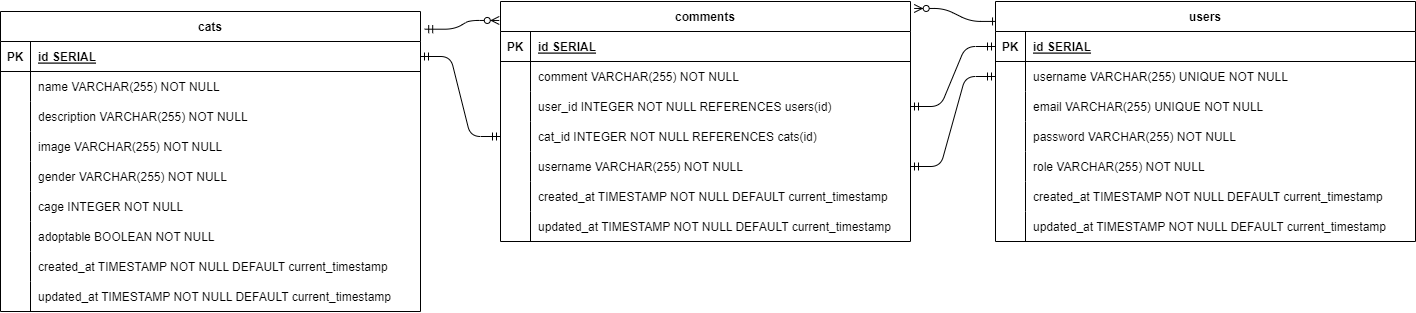
The draw.io diagram data.png in zyteo/TheShelterPeople, before a commit. Source tidied: cells renumbered, new cells last; positions are measured from the earlier drawing's top-left corner, leaving out a move shared by most shapes.
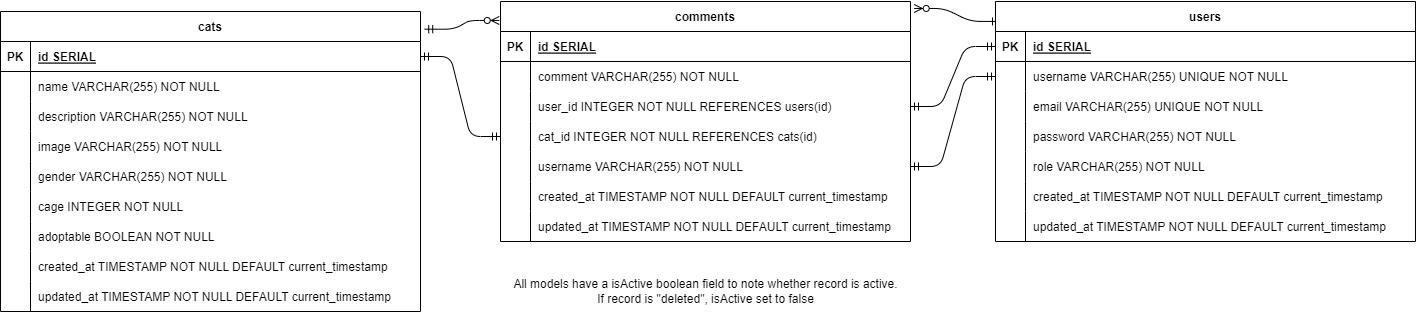
Later version of the same file.

Commit message:
adjusted models for deactivation

What changed in the source:
```diff
@@ -233,5 +233,8 @@
     <mxCell id="78" value="updated_at TIMESTAMP NOT NULL DEFAULT current_timestamp" style="shape=partialRectangle;overflow=hidden;fillColor=none;align=left;top=0;left=0;bottom=0;right=0;spacingLeft=6;" parent="76" vertex="1">
       <mxGeometry x="30" width="390" height="30" as="geometry" />
     </mxCell>
+    <mxCell id="79" value="All models have a isActive boolean field to note whether record is active. &lt;br&gt;If record is &quot;deleted&quot;, isActive set to false" style="text;html=1;align=center;verticalAlign=middle;strokeColor=none;fillColor=none;" parent="1" vertex="1">
+      <mxGeometry x="500" y="270" width="410" height="40" as="geometry" />
+    </mxCell>
   </root>
 </mxGraphModel>
```
